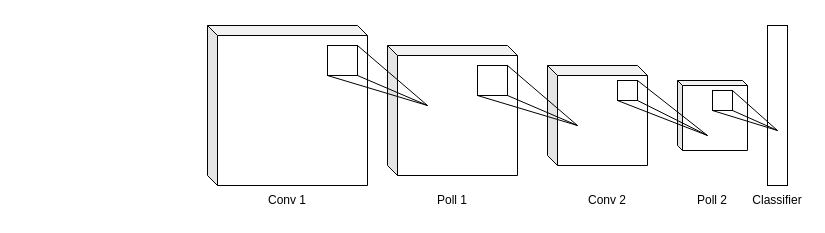
Before: cnn.drawio in AurelieSa/draw_io, a draw.io diagram. Source tidied: cells renumbered, new cells numbered last; positions are measured from the earlier drawing's top-left corner, leaving out a move shared by most shapes. Both pictures are drawn from the tidied source at 100%, with x=0, y=0 at pixel (207, 25). Pictures stored in the file or linked from it are replaced by grey dashed boxes.
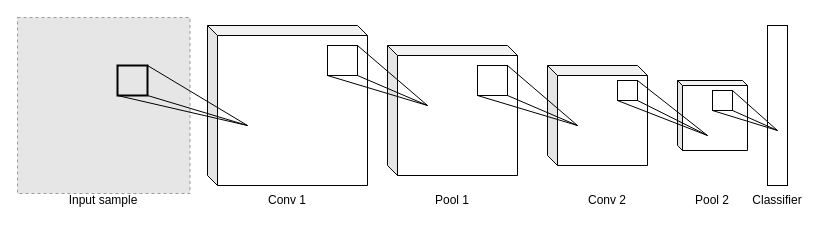
The same page after the edit.

What changed in the source:
```diff
@@
+    <mxCell id="28" style="fillColor=#E6E6E6;strokeColor=#999999;dashed=1;verticalLabelPosition=bottom;labelBackgroundColor=default;verticalAlign=top;" parent="1" vertex="1">
+      <mxGeometry x="-190" y="-8" width="172.5" height="176" as="geometry" />
+    </mxCell>
@@
-    <mxCell id="24" value="Poll 1" style="text;html=1;align=center;verticalAlign=middle;whiteSpace=wrap;rounded=0;" parent="1" vertex="1">
+    <mxCell id="24" value="Pool 1" style="text;html=1;align=center;verticalAlign=middle;whiteSpace=wrap;rounded=0;" parent="1" vertex="1">
       <mxGeometry x="215" y="160" width="60" height="30" as="geometry" />
     </mxCell>
@@
-    <mxCell id="26" value="Poll 2" style="text;html=1;align=center;verticalAlign=middle;whiteSpace=wrap;rounded=0;" parent="1" vertex="1">
+    <mxCell id="26" value="Pool 2" style="text;html=1;align=center;verticalAlign=middle;whiteSpace=wrap;rounded=0;" parent="1" vertex="1">
       <mxGeometry x="475" y="160" width="60" height="30" as="geometry" />
     </mxCell>
@@
+    <mxCell id="29" style="whiteSpace=wrap;html=1;fillColor=none;strokeWidth=2;" parent="1" vertex="1">
+      <mxGeometry x="-90" y="40" width="30" height="30" as="geometry" />
+    </mxCell>
+    <mxCell id="30" style="endArrow=none;html=1;rounded=0;exitX=1;exitY=1;exitDx=0;exitDy=0;" parent="1" edge="1" source="29">
+      <mxGeometry relative="1" as="geometry">
+        <mxPoint x="40" y="100" as="targetPoint" />
+      </mxGeometry>
+    </mxCell>
+    <mxCell id="31" style="endArrow=none;html=1;rounded=0;strokeWidth=1;exitX=1;exitY=0;exitDx=0;exitDy=0;" parent="1" edge="1" source="29">
+      <mxGeometry relative="1" as="geometry">
+        <mxPoint x="40" y="100" as="targetPoint" />
+      </mxGeometry>
+    </mxCell>
+    <mxCell id="32" style="endArrow=none;html=1;rounded=0;strokeWidth=1;exitX=0;exitY=1;exitDx=0;exitDy=0;" parent="1" edge="1" source="29">
+      <mxGeometry relative="1" as="geometry">
+        <mxPoint x="40" y="100" as="targetPoint" />
+      </mxGeometry>
+    </mxCell>
+    <mxCell id="33" value="Input sample" style="text;html=1;align=center;verticalAlign=middle;whiteSpace=wrap;rounded=0;" parent="1" vertex="1">
+      <mxGeometry x="-148.7" y="160" width="90" height="30" as="geometry" />
+    </mxCell>
```
